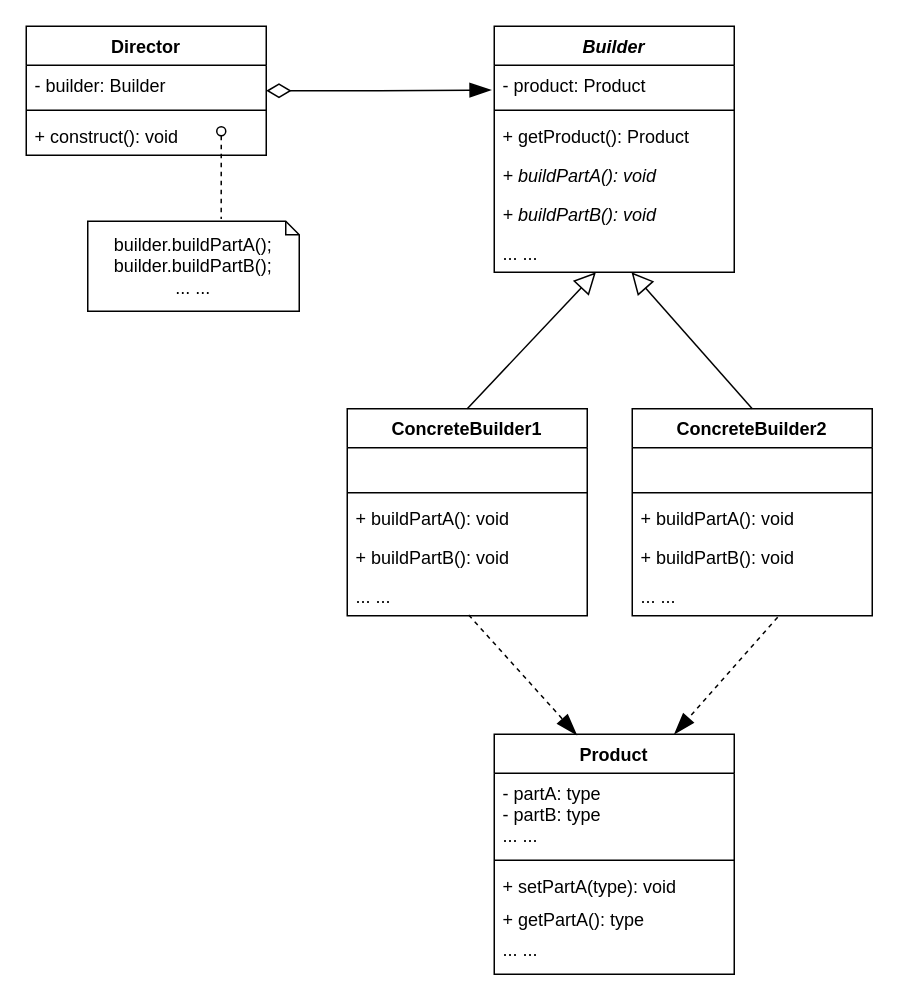
Earlier version of the draw.io diagram src/main/java/GoF/creational/builder/imgs/Builder.drawio (NinaWan/DesignPattern). Source tidied: cells renumbered, new cells numbered last; positions are measured from the earlier drawing's top-left corner, leaving out a move shared by most shapes. Both pictures are drawn from the tidied source at 150%, with x=0, y=0 at pixel (26, 26).
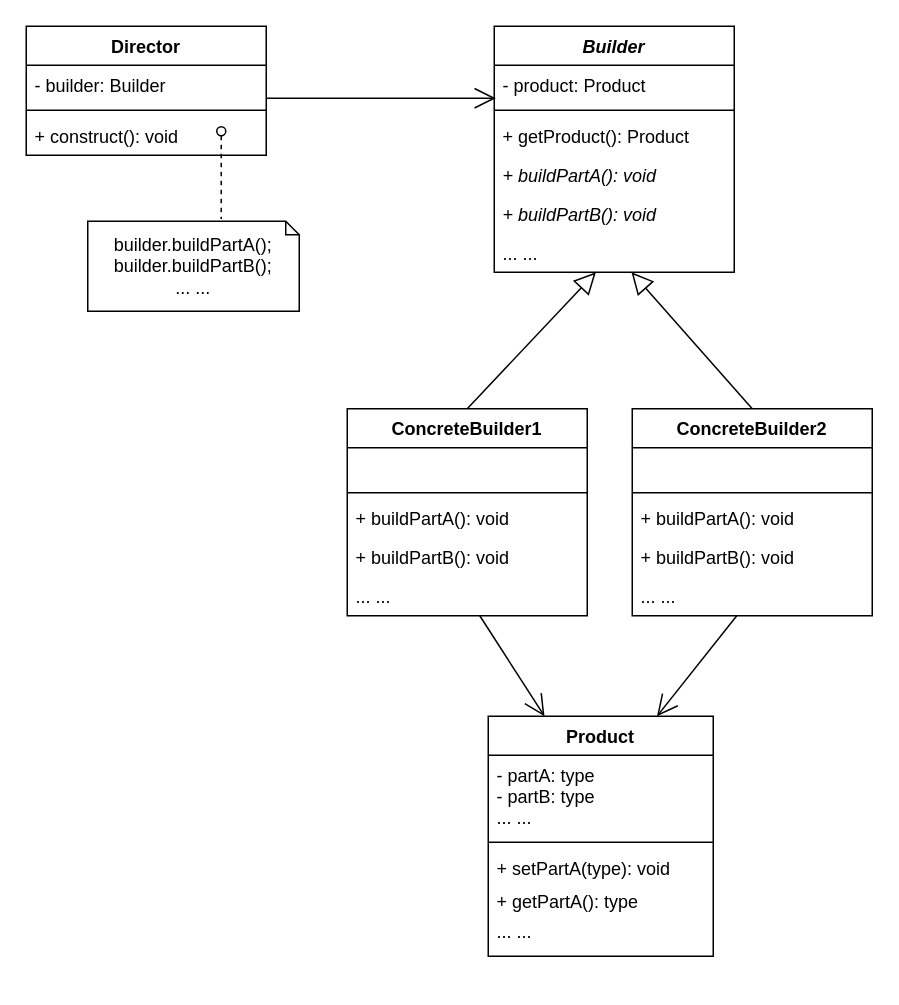
After the change.

The change refers to these unchanged cells:
```xml
<mxCell id="14" value="... ..." style="text;strokeColor=none;fillColor=none;align=left;verticalAlign=top;spacingLeft=4;spacingRight=4;overflow=hidden;points=[[0,0.5],[1,0.5]];portConstraint=eastwest;" parent="8" vertex="1">
  <mxGeometry y="138" width="160" height="26" as="geometry" />
</mxCell>
<mxCell id="15" value="ConcreteBuilder1" style="swimlane;fontStyle=1;align=center;verticalAlign=top;horizontal=1;startSize=26;" parent="1" vertex="1">
  <mxGeometry x="214" y="255" width="160" height="138" as="geometry" />
</mxCell>
<mxCell id="20" value="... ..." style="text;strokeColor=none;fillColor=none;align=left;verticalAlign=top;spacingLeft=4;spacingRight=4;overflow=hidden;points=[[0,0.5],[1,0.5]];portConstraint=eastwest;" parent="15" vertex="1">
  <mxGeometry y="112" width="160" height="26" as="geometry" />
</mxCell>
<mxCell id="21" value="ConcreteBuilder2" style="swimlane;fontStyle=1;align=center;verticalAlign=top;horizontal=1;startSize=26;" parent="1" vertex="1">
  <mxGeometry x="404" y="255" width="160" height="138" as="geometry" />
</mxCell>
<mxCell id="26" value="... ..." style="text;strokeColor=none;fillColor=none;align=left;verticalAlign=top;spacingLeft=4;spacingRight=4;overflow=hidden;points=[[0,0.5],[1,0.5]];portConstraint=eastwest;" parent="21" vertex="1">
  <mxGeometry y="112" width="160" height="26" as="geometry" />
</mxCell>
```

Change to the diagram source:
```diff
@@
     <mxCell id="2" value="Product" style="swimlane;fontStyle=1;align=center;verticalAlign=top;horizontal=1;startSize=26;" parent="1" vertex="1">
-      <mxGeometry x="312" y="472" width="160" height="160" as="geometry" />
+      <mxGeometry x="308" y="460" width="150" height="160" as="geometry" />
     </mxCell>
     <mxCell id="3" value="- partA: type&#10;- partB: type&#10;... ..." style="text;strokeColor=none;fillColor=none;align=left;verticalAlign=top;spacingLeft=4;spacingRight=4;overflow=hidden;" parent="2" vertex="1">
-      <mxGeometry y="26" width="160" height="54" as="geometry" />
+      <mxGeometry y="26" width="150" height="54" as="geometry" />
     </mxCell>
     <mxCell id="4" style="line;strokeWidth=1;fillColor=none;align=left;verticalAlign=middle;spacingTop=-1;spacingLeft=3;spacingRight=3;labelPosition=right;strokeColor=inherit;" parent="2" vertex="1">
-      <mxGeometry y="80" width="160" height="8" as="geometry" />
+      <mxGeometry y="80" width="150" height="8" as="geometry" />
     </mxCell>
     <mxCell id="5" value="+ setPartA(type): void" style="text;strokeColor=none;fillColor=none;align=left;verticalAlign=top;spacingLeft=4;spacingRight=4;overflow=hidden;" parent="2" vertex="1">
-      <mxGeometry y="88" width="160" height="22" as="geometry" />
+      <mxGeometry y="88" width="150" height="22" as="geometry" />
     </mxCell>
     <mxCell id="6" value="+ getPartA(): type" style="text;strokeColor=none;fillColor=none;align=left;verticalAlign=top;spacingLeft=4;spacingRight=4;overflow=hidden;" parent="2" vertex="1">
-      <mxGeometry y="110" width="160" height="20" as="geometry" />
+      <mxGeometry y="110" width="150" height="20" as="geometry" />
     </mxCell>
     <mxCell id="7" value="... ..." style="text;strokeColor=none;fillColor=none;align=left;verticalAlign=top;spacingLeft=4;spacingRight=4;overflow=hidden;" parent="2" vertex="1">
-      <mxGeometry y="130" width="160" height="30" as="geometry" />
+      <mxGeometry y="130" width="150" height="30" as="geometry" />
     </mxCell>
@@
+    <mxCell id="36" style="endArrow=block;endFill=0;endSize=12;html=1;rounded=0;exitX=0.5;exitY=0;exitDx=0;exitDy=0;" parent="1" edge="1" source="15" target="14">
+      <mxGeometry relative="1" as="geometry" />
+    </mxCell>
+    <mxCell id="37" style="endArrow=block;endFill=0;endSize=12;html=1;rounded=0;exitX=0.5;exitY=0;exitDx=0;exitDy=0;" parent="1" edge="1" source="21" target="14">
+      <mxGeometry relative="1" as="geometry" />
+    </mxCell>
-    <mxCell id="33" style="endArrow=blockThin;dashed=1;endFill=1;endSize=12;html=1;rounded=0;entryX=0.344;entryY=0.003;entryDx=0;entryDy=0;entryPerimeter=0;exitX=0.506;exitY=0.981;exitDx=0;exitDy=0;exitPerimeter=0;" parent="1" edge="1" source="20" target="2">
+    <mxCell id="33" style="endArrow=open;endFill=1;endSize=12;html=1;rounded=0;entryX=0.25;entryY=0;entryDx=0;entryDy=0;" parent="1" edge="1" source="20" target="2">
       <mxGeometry relative="1" as="geometry" />
     </mxCell>
-    <mxCell id="34" style="endArrow=blockThin;dashed=1;endFill=1;endSize=12;html=1;rounded=0;entryX=0.75;entryY=0;entryDx=0;entryDy=0;exitX=0.606;exitY=1.038;exitDx=0;exitDy=0;exitPerimeter=0;" parent="1" edge="1" source="26" target="2">
+    <mxCell id="34" style="endArrow=open;endFill=1;endSize=12;html=1;rounded=0;entryX=0.75;entryY=0;entryDx=0;entryDy=0;" parent="1" edge="1" source="26" target="2">
       <mxGeometry relative="1" as="geometry" />
     </mxCell>
-    <mxCell id="35" style="endArrow=blockThin;html=1;endSize=12;startArrow=diamondThin;startSize=14;startFill=0;edgeStyle=orthogonalEdgeStyle;align=left;verticalAlign=bottom;rounded=0;endFill=1;" parent="1" edge="1">
-      <mxGeometry x="-1" y="3" relative="1" as="geometry">
-        <mxPoint x="160" y="43" as="sourcePoint" />
-        <mxPoint x="310" y="42.5" as="targetPoint" />
-        <Array as="points">
-          <mxPoint x="235" y="43" />
-        </Array>
-      </mxGeometry>
-    </mxCell>
-    <mxCell id="36" style="endArrow=block;endFill=0;endSize=12;html=1;rounded=0;exitX=0.5;exitY=0;exitDx=0;exitDy=0;" parent="1" edge="1" source="15" target="14">
-      <mxGeometry relative="1" as="geometry" />
-    </mxCell>
-    <mxCell id="37" style="endArrow=block;endFill=0;endSize=12;html=1;rounded=0;exitX=0.5;exitY=0;exitDx=0;exitDy=0;" parent="1" edge="1" source="21" target="14">
-      <mxGeometry relative="1" as="geometry" />
-    </mxCell>
+    <mxCell id="38" style="endArrow=open;endFill=1;endSize=12;html=1;rounded=0;" parent="1" edge="1">
+      <mxGeometry relative="1" as="geometry">
+        <mxPoint x="160" y="48" as="sourcePoint" />
+        <mxPoint x="313" y="48" as="targetPoint" />
+      </mxGeometry>
+    </mxCell>
```
